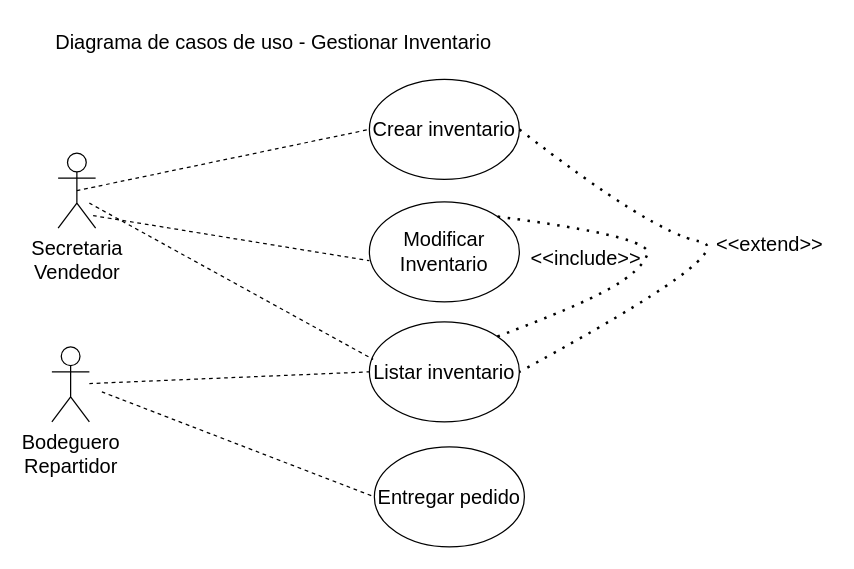
This is img/Gestionar Inventario.drawio from navik2023/github, a draw.io file, before an edit. Source tidied: cells renumbered, new cells numbered last; positions are measured from the earlier drawing's top-left corner, leaving out a move shared by most shapes. Both pictures are drawn from the tidied source at 125%, with x=0, y=0 at pixel (42, 21).
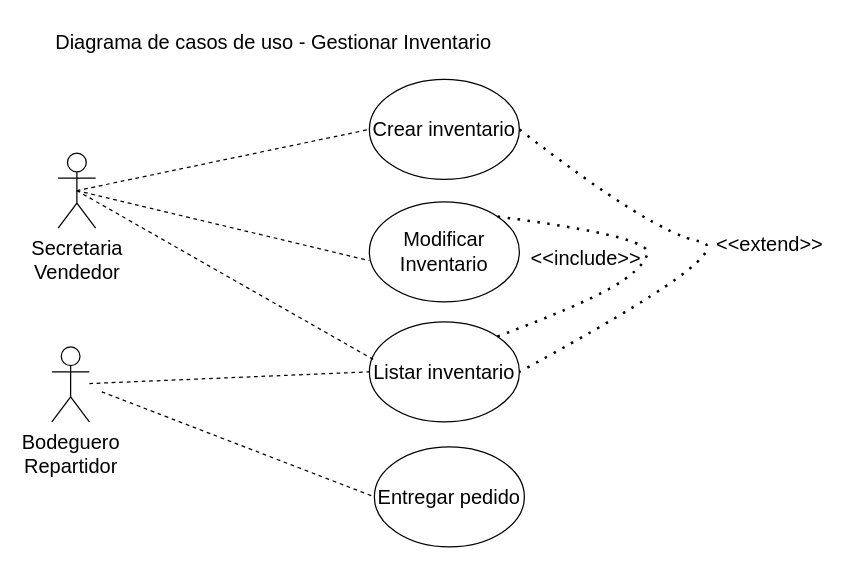
The same page after the edit.

The change refers to these unchanged cells:
```xml
<mxCell id="4" value="Secretaria&lt;br&gt;Vendedor" style="shape=umlActor;verticalLabelPosition=bottom;verticalAlign=top;html=1;outlineConnect=0;fontSize=16;" parent="1" vertex="1">
  <mxGeometry x="12" y="105" width="30" height="60" as="geometry" />
</mxCell>
<mxCell id="6" value="Modificar Inventario" style="ellipse;whiteSpace=wrap;html=1;fontSize=16;" parent="1" vertex="1">
  <mxGeometry x="261" y="144" width="120" height="80" as="geometry" />
</mxCell>
<mxCell id="7" value="Listar inventario" style="ellipse;whiteSpace=wrap;html=1;fontSize=16;" parent="1" vertex="1">
  <mxGeometry x="261" y="240" width="120" height="80" as="geometry" />
</mxCell>
```

What changed in the source:
```diff
@@
-    <mxCell id="9" style="endArrow=none;dashed=1;html=1;rounded=0;fontSize=12;startSize=8;endSize=8;curved=1;exitX=0.5;exitY=0.5;exitDx=0;exitDy=0;exitPerimeter=0;entryX=0.025;entryY=0.375;entryDx=0;entryDy=0;entryPerimeter=0;" parent="1" edge="1" target="7">
-      <mxGeometry relative="1" as="geometry">
-        <mxPoint x="37" y="145" as="sourcePoint" />
-      </mxGeometry>
+    <mxCell id="9" style="endArrow=none;dashed=1;html=1;rounded=0;fontSize=12;startSize=8;endSize=8;curved=1;exitX=0.5;exitY=0.5;exitDx=0;exitDy=0;exitPerimeter=0;entryX=0.025;entryY=0.375;entryDx=0;entryDy=0;entryPerimeter=0;" parent="1" edge="1" source="4" target="7">
+      <mxGeometry relative="1" as="geometry" />
     </mxCell>
-    <mxCell id="10" style="endArrow=none;dashed=1;html=1;rounded=0;fontSize=12;startSize=8;endSize=8;curved=1;entryX=0;entryY=0.588;entryDx=0;entryDy=0;entryPerimeter=0;" parent="1" edge="1" target="6">
-      <mxGeometry relative="1" as="geometry">
-        <mxPoint x="40" y="155" as="sourcePoint" />
-      </mxGeometry>
+    <mxCell id="10" style="endArrow=none;dashed=1;html=1;rounded=0;fontSize=12;startSize=8;endSize=8;curved=1;entryX=0;entryY=0.588;entryDx=0;entryDy=0;entryPerimeter=0;exitX=0.5;exitY=0.5;exitDx=0;exitDy=0;exitPerimeter=0;" parent="1" edge="1" source="4" target="6">
+      <mxGeometry relative="1" as="geometry" />
     </mxCell>
```
